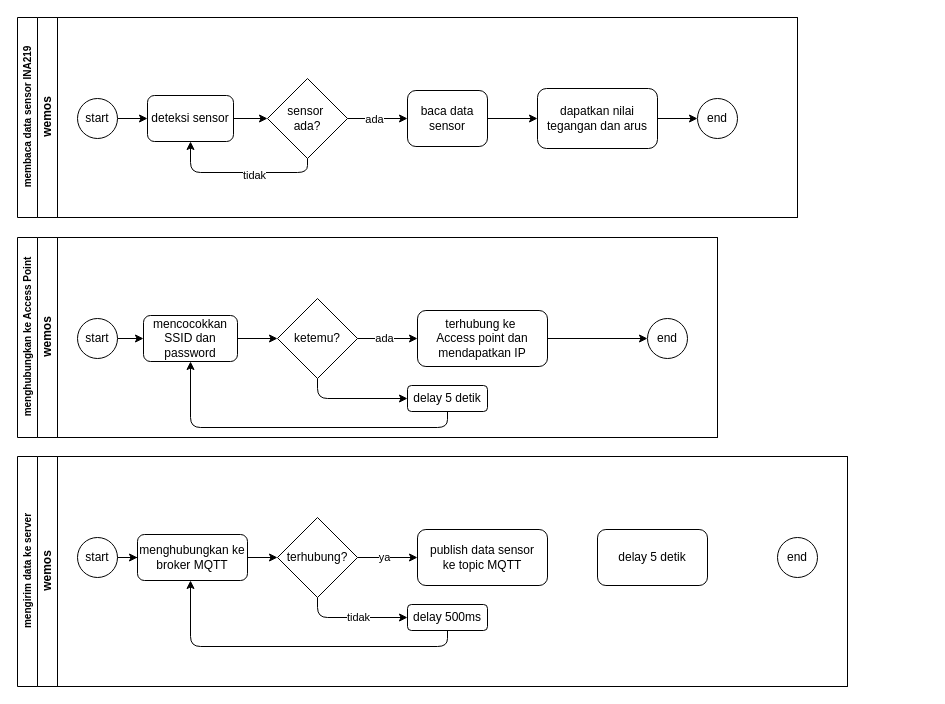
Earlier version of the draw.io diagram page "BPMN" (2 of 2) of LiFePo4-monitor.drawio (eenattayani/desain). Source tidied: cells renumbered, new cells numbered last; positions are measured from the earlier drawing's top-left corner, leaving out a move shared by most shapes. Both pictures are drawn from the tidied source at 100%, with x=0, y=0 at pixel (17, 17).
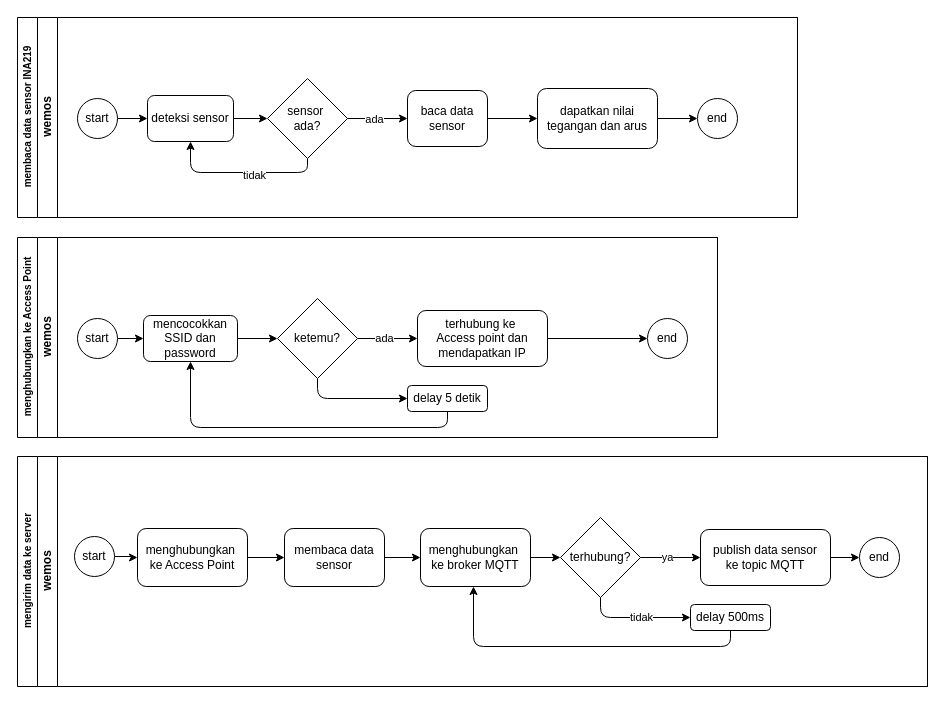
The same diagram, later.

The edit, as a diff of the source:
```diff
@@
     <mxCell id="37" value="mengirim data ke server" style="swimlane;html=1;horizontal=0;startSize=20;fontSize=10;" parent="1" vertex="1">
-      <mxGeometry y="439" width="830" height="230" as="geometry" />
+      <mxGeometry y="439" width="910" height="230" as="geometry" />
     </mxCell>
     <mxCell id="38" value="wemos" style="swimlane;html=1;startSize=20;horizontal=0;" parent="37" vertex="1">
-      <mxGeometry x="20" width="810" height="230" as="geometry" />
+      <mxGeometry x="20" width="890" height="230" as="geometry" />
     </mxCell>
-    <mxCell id="39" style="edgeStyle=orthogonalEdgeStyle;rounded=0;jettySize=auto;html=1;" parent="38" edge="1" source="40" target="42">
-      <mxGeometry relative="1" as="geometry" />
-    </mxCell>
+    <mxCell id="55" style="edgeStyle=orthogonalEdgeStyle;rounded=0;jettySize=auto;html=1;entryX=0;entryY=0.5;entryDx=0;entryDy=0;" parent="38" edge="1" source="40" target="58">
+      <mxGeometry relative="1" as="geometry" />
+    </mxCell>
     <mxCell id="40" value="start" style="ellipse;whiteSpace=wrap;html=1;" parent="38" vertex="1">
-      <mxGeometry x="40" y="81" width="40" height="40" as="geometry" />
+      <mxGeometry x="37" y="80" width="40" height="40" as="geometry" />
     </mxCell>
@@
-    <mxCell id="42" value="menghubungkan ke broker MQTT" style="rounded=1;whiteSpace=wrap;html=1;fontFamily=Helvetica;fontSize=12;fontColor=#000000;align=center;" parent="38" vertex="1">
-      <mxGeometry x="100" y="78" width="110" height="46" as="geometry" />
+    <mxCell id="42" value="menghubungkan&amp;nbsp;&lt;div&gt;ke broker MQTT&lt;/div&gt;" style="rounded=1;whiteSpace=wrap;html=1;fontFamily=Helvetica;fontSize=12;fontColor=#000000;align=center;" parent="38" vertex="1">
+      <mxGeometry x="383" y="72" width="110" height="58" as="geometry" />
     </mxCell>
@@
     <mxCell id="48" value="terhubung?" style="rhombus;whiteSpace=wrap;html=1;" parent="38" vertex="1">
-      <mxGeometry x="240" y="61" width="80" height="80" as="geometry" />
+      <mxGeometry x="523" y="61" width="80" height="80" as="geometry" />
     </mxCell>
     <mxCell id="49" value="end" style="ellipse;whiteSpace=wrap;html=1;shadow=0;" parent="38" vertex="1">
-      <mxGeometry x="740" y="81" width="40" height="40" as="geometry" />
+      <mxGeometry x="822" y="81" width="40" height="40" as="geometry" />
     </mxCell>
+    <mxCell id="56" style="edgeStyle=orthogonalEdgeStyle;rounded=0;jettySize=auto;html=1;entryX=0;entryY=0.5;entryDx=0;entryDy=0;" parent="38" edge="1" source="50" target="49">
+      <mxGeometry relative="1" as="geometry" />
+    </mxCell>
     <mxCell id="50" value="publish data sensor&lt;div&gt;ke topic MQTT&lt;/div&gt;" style="rounded=1;whiteSpace=wrap;html=1;fontFamily=Helvetica;fontSize=12;fontColor=#000000;align=center;" parent="38" vertex="1">
-      <mxGeometry x="380" y="73" width="130" height="56" as="geometry" />
+      <mxGeometry x="663" y="73" width="130" height="56" as="geometry" />
     </mxCell>
     <mxCell id="51" style="edgeStyle=orthogonalEdgeStyle;rounded=1;jettySize=auto;html=1;curved=0;" parent="38" edge="1" source="52" target="42">
       <mxGeometry relative="1" as="geometry">
         <Array as="points">
-          <mxPoint x="410" y="190" />
-          <mxPoint x="153" y="190" />
+          <mxPoint x="693" y="190" />
+          <mxPoint x="436" y="190" />
         </Array>
       </mxGeometry>
     </mxCell>
     <mxCell id="52" value="delay 500ms" style="rounded=1;whiteSpace=wrap;html=1;fontFamily=Helvetica;fontSize=12;fontColor=#000000;align=center;" parent="38" vertex="1">
-      <mxGeometry x="370" y="148" width="80" height="26" as="geometry" />
+      <mxGeometry x="653" y="148" width="80" height="26" as="geometry" />
     </mxCell>
-    <mxCell id="53" value="delay 5 detik" style="rounded=1;whiteSpace=wrap;html=1;fontFamily=Helvetica;fontSize=12;fontColor=#000000;align=center;" parent="38" vertex="1">
-      <mxGeometry x="560" y="73" width="110" height="56" as="geometry" />
-    </mxCell>
+    <mxCell id="57" style="edgeStyle=orthogonalEdgeStyle;rounded=0;jettySize=auto;html=1;entryX=0;entryY=0.5;entryDx=0;entryDy=0;" parent="38" edge="1" source="58" target="60">
+      <mxGeometry relative="1" as="geometry" />
+    </mxCell>
+    <mxCell id="58" value="menghubungkan&amp;nbsp;&lt;div&gt;ke Access Point&lt;/div&gt;" style="rounded=1;whiteSpace=wrap;html=1;fontFamily=Helvetica;fontSize=12;fontColor=#000000;align=center;" parent="38" vertex="1">
+      <mxGeometry x="100" y="72" width="110" height="58" as="geometry" />
+    </mxCell>
+    <mxCell id="59" style="edgeStyle=orthogonalEdgeStyle;rounded=0;jettySize=auto;html=1;entryX=0;entryY=0.5;entryDx=0;entryDy=0;" parent="38" edge="1" source="60" target="42">
+      <mxGeometry relative="1" as="geometry" />
+    </mxCell>
+    <mxCell id="60" value="membaca data sensor" style="rounded=1;whiteSpace=wrap;html=1;fontFamily=Helvetica;fontSize=12;fontColor=#000000;align=center;" parent="38" vertex="1">
+      <mxGeometry x="247" y="72" width="100" height="58" as="geometry" />
+    </mxCell>
```
